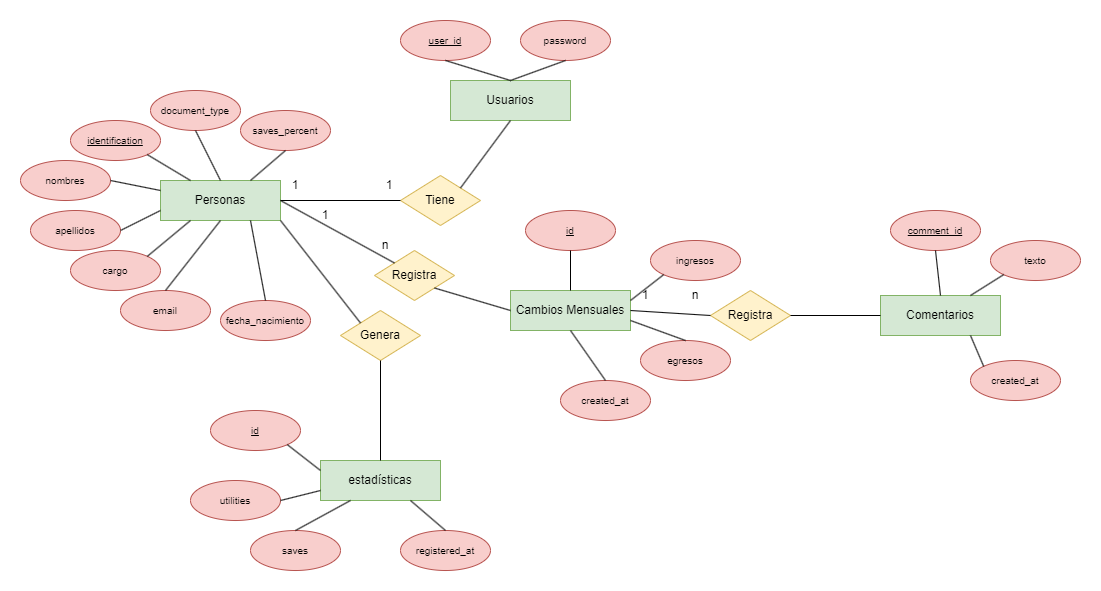
Earlier version of the draw.io export database/mer.png (AgenteAgherse/proyecto-final-springjs). Source tidied: cells renumbered, new cells last; positions are measured from the earlier drawing's top-left corner, leaving out a move shared by most shapes. The source it was exported from:
```xml
<mxGraphModel>
  <root>
    <mxCell id="0" />
    <mxCell id="1" parent="0" />
    <mxCell id="2" value="Personas" style="rounded=0;whiteSpace=wrap;html=1;fillColor=#d5e8d4;strokeColor=#82b366;" parent="1" vertex="1">
      <mxGeometry x="140" y="160" width="120" height="40" as="geometry" />
    </mxCell>
    <mxCell id="3" value="&lt;font size=&quot;1&quot;&gt;document_type&lt;/font&gt;" style="ellipse;whiteSpace=wrap;html=1;fillColor=#f8cecc;strokeColor=#b85450;" parent="1" vertex="1">
      <mxGeometry x="130" y="70" width="90" height="40" as="geometry" />
    </mxCell>
    <mxCell id="4" value="&lt;font size=&quot;1&quot;&gt;&lt;u&gt;identification&lt;/u&gt;&lt;/font&gt;" style="ellipse;whiteSpace=wrap;html=1;fillColor=#f8cecc;strokeColor=#b85450;" parent="1" vertex="1">
      <mxGeometry x="50" y="100" width="90" height="40" as="geometry" />
    </mxCell>
    <mxCell id="5" value="&lt;font size=&quot;1&quot;&gt;nombres&lt;/font&gt;" style="ellipse;whiteSpace=wrap;html=1;fillColor=#f8cecc;strokeColor=#b85450;" parent="1" vertex="1">
      <mxGeometry y="140" width="90" height="40" as="geometry" />
    </mxCell>
    <mxCell id="6" value="&lt;font size=&quot;1&quot;&gt;apellidos&lt;/font&gt;" style="ellipse;whiteSpace=wrap;html=1;fillColor=#f8cecc;strokeColor=#b85450;" parent="1" vertex="1">
      <mxGeometry x="10" y="190" width="90" height="40" as="geometry" />
    </mxCell>
    <mxCell id="7" value="&lt;font size=&quot;1&quot;&gt;cargo&lt;/font&gt;" style="ellipse;whiteSpace=wrap;html=1;fillColor=#f8cecc;strokeColor=#b85450;" parent="1" vertex="1">
      <mxGeometry x="50" y="230" width="90" height="40" as="geometry" />
    </mxCell>
    <mxCell id="8" value="&lt;font size=&quot;1&quot;&gt;email&lt;/font&gt;" style="ellipse;whiteSpace=wrap;html=1;fillColor=#f8cecc;strokeColor=#b85450;" parent="1" vertex="1">
      <mxGeometry x="100" y="270" width="90" height="40" as="geometry" />
    </mxCell>
    <mxCell id="9" value="&lt;font size=&quot;1&quot;&gt;fecha_nacimiento&lt;/font&gt;" style="ellipse;whiteSpace=wrap;html=1;fillColor=#f8cecc;strokeColor=#b85450;" parent="1" vertex="1">
      <mxGeometry x="200" y="280" width="90" height="40" as="geometry" />
    </mxCell>
    <mxCell id="10" value="&lt;font size=&quot;1&quot;&gt;saves_percent&lt;/font&gt;" style="ellipse;whiteSpace=wrap;html=1;fillColor=#f8cecc;strokeColor=#b85450;" parent="1" vertex="1">
      <mxGeometry x="220" y="90" width="90" height="40" as="geometry" />
    </mxCell>
    <mxCell id="11" style="endArrow=none;html=1;rounded=0;entryX=0.75;entryY=1;entryDx=0;entryDy=0;exitX=0.5;exitY=0;exitDx=0;exitDy=0;" parent="1" edge="1" source="9" target="2">
      <mxGeometry relative="1" as="geometry" />
    </mxCell>
    <mxCell id="12" style="endArrow=none;html=1;rounded=0;entryX=1;entryY=0.5;entryDx=0;entryDy=0;exitX=0;exitY=0.75;exitDx=0;exitDy=0;" parent="1" edge="1" source="2" target="6">
      <mxGeometry relative="1" as="geometry" />
    </mxCell>
    <mxCell id="13" style="endArrow=none;html=1;rounded=0;entryX=1;entryY=0.5;entryDx=0;entryDy=0;exitX=0;exitY=0.25;exitDx=0;exitDy=0;" parent="1" edge="1" source="2" target="5">
      <mxGeometry relative="1" as="geometry" />
    </mxCell>
    <mxCell id="14" style="endArrow=none;html=1;rounded=0;entryX=1;entryY=1;entryDx=0;entryDy=0;exitX=0.25;exitY=0;exitDx=0;exitDy=0;" parent="1" edge="1" source="2" target="4">
      <mxGeometry relative="1" as="geometry" />
    </mxCell>
    <mxCell id="15" style="endArrow=none;html=1;rounded=0;entryX=0.5;entryY=1;entryDx=0;entryDy=0;exitX=0.5;exitY=0;exitDx=0;exitDy=0;" parent="1" edge="1" source="2" target="3">
      <mxGeometry relative="1" as="geometry" />
    </mxCell>
    <mxCell id="16" style="endArrow=none;html=1;rounded=0;entryX=0.5;entryY=1;entryDx=0;entryDy=0;exitX=0.75;exitY=0;exitDx=0;exitDy=0;" parent="1" edge="1" source="2" target="10">
      <mxGeometry relative="1" as="geometry" />
    </mxCell>
    <mxCell id="17" style="endArrow=none;html=1;rounded=0;exitX=0.5;exitY=0;exitDx=0;exitDy=0;entryX=0.5;entryY=1;entryDx=0;entryDy=0;" parent="1" edge="1" source="8" target="2">
      <mxGeometry relative="1" as="geometry" />
    </mxCell>
    <mxCell id="18" style="endArrow=none;html=1;rounded=0;entryX=0.25;entryY=1;entryDx=0;entryDy=0;exitX=1;exitY=0;exitDx=0;exitDy=0;" parent="1" edge="1" source="7" target="2">
      <mxGeometry relative="1" as="geometry" />
    </mxCell>
    <mxCell id="19" value="Usuarios" style="rounded=0;whiteSpace=wrap;html=1;fillColor=#d5e8d4;strokeColor=#82b366;" parent="1" vertex="1">
      <mxGeometry x="430" y="60" width="120" height="40" as="geometry" />
    </mxCell>
    <mxCell id="20" value="Tiene" style="rhombus;whiteSpace=wrap;html=1;fillColor=#fff2cc;strokeColor=#d6b656;" parent="1" vertex="1">
      <mxGeometry x="380" y="155" width="80" height="50" as="geometry" />
    </mxCell>
    <mxCell id="21" value="&lt;font size=&quot;1&quot;&gt;password&lt;/font&gt;" style="ellipse;whiteSpace=wrap;html=1;fillColor=#f8cecc;strokeColor=#b85450;" parent="1" vertex="1">
      <mxGeometry x="500" width="90" height="40" as="geometry" />
    </mxCell>
    <mxCell id="22" value="&lt;font size=&quot;1&quot;&gt;&lt;u&gt;user_id&lt;/u&gt;&lt;/font&gt;" style="ellipse;whiteSpace=wrap;html=1;fillColor=#f8cecc;strokeColor=#b85450;" parent="1" vertex="1">
      <mxGeometry x="380" width="90" height="40" as="geometry" />
    </mxCell>
    <mxCell id="23" style="endArrow=none;html=1;rounded=0;entryX=0.5;entryY=1;entryDx=0;entryDy=0;exitX=0.5;exitY=0;exitDx=0;exitDy=0;" parent="1" edge="1" source="19" target="21">
      <mxGeometry relative="1" as="geometry" />
    </mxCell>
    <mxCell id="24" style="endArrow=none;html=1;rounded=0;entryX=0.5;entryY=1;entryDx=0;entryDy=0;exitX=0.5;exitY=0;exitDx=0;exitDy=0;" parent="1" edge="1" source="19" target="22">
      <mxGeometry relative="1" as="geometry" />
    </mxCell>
    <mxCell id="25" style="endArrow=none;html=1;rounded=0;exitX=1;exitY=0.5;exitDx=0;exitDy=0;entryX=0;entryY=0.5;entryDx=0;entryDy=0;" parent="1" edge="1" source="2" target="20">
      <mxGeometry relative="1" as="geometry" />
    </mxCell>
    <mxCell id="26" style="endArrow=none;html=1;rounded=0;entryX=0.5;entryY=1;entryDx=0;entryDy=0;exitX=1;exitY=0;exitDx=0;exitDy=0;" parent="1" edge="1" source="20" target="19">
      <mxGeometry relative="1" as="geometry" />
    </mxCell>
    <mxCell id="27" value="1" style="text;html=1;strokeColor=none;fillColor=none;align=center;verticalAlign=middle;whiteSpace=wrap;rounded=0;" parent="1" vertex="1">
      <mxGeometry x="260" y="150" width="30" height="30" as="geometry" />
    </mxCell>
    <mxCell id="28" value="1" style="text;html=1;strokeColor=none;fillColor=none;align=center;verticalAlign=middle;whiteSpace=wrap;rounded=0;" parent="1" vertex="1">
      <mxGeometry x="354" y="150" width="30" height="30" as="geometry" />
    </mxCell>
    <mxCell id="29" value="Cambios Mensuales" style="rounded=0;whiteSpace=wrap;html=1;fillColor=#d5e8d4;strokeColor=#82b366;" parent="1" vertex="1">
      <mxGeometry x="490" y="270" width="120" height="40" as="geometry" />
    </mxCell>
    <mxCell id="30" value="Registra" style="rhombus;whiteSpace=wrap;html=1;fillColor=#fff2cc;strokeColor=#d6b656;" parent="1" vertex="1">
      <mxGeometry x="354" y="230" width="80" height="50" as="geometry" />
    </mxCell>
    <mxCell id="31" style="endArrow=none;html=1;rounded=0;entryX=1;entryY=0.5;entryDx=0;entryDy=0;exitX=0;exitY=0;exitDx=0;exitDy=0;" parent="1" edge="1" source="30" target="2">
      <mxGeometry relative="1" as="geometry" />
    </mxCell>
    <mxCell id="32" style="endArrow=none;html=1;rounded=0;entryX=0;entryY=0.5;entryDx=0;entryDy=0;exitX=1;exitY=1;exitDx=0;exitDy=0;" parent="1" edge="1" source="30" target="29">
      <mxGeometry relative="1" as="geometry" />
    </mxCell>
    <mxCell id="33" value="1" style="text;html=1;strokeColor=none;fillColor=none;align=center;verticalAlign=middle;whiteSpace=wrap;rounded=0;" parent="1" vertex="1">
      <mxGeometry x="290" y="180" width="30" height="30" as="geometry" />
    </mxCell>
    <mxCell id="34" value="n" style="text;html=1;strokeColor=none;fillColor=none;align=center;verticalAlign=middle;whiteSpace=wrap;rounded=0;" parent="1" vertex="1">
      <mxGeometry x="350" y="210" width="30" height="30" as="geometry" />
    </mxCell>
    <mxCell id="35" value="&lt;font size=&quot;1&quot;&gt;&lt;u&gt;id&lt;/u&gt;&lt;/font&gt;" style="ellipse;whiteSpace=wrap;html=1;fillColor=#f8cecc;strokeColor=#b85450;" parent="1" vertex="1">
      <mxGeometry x="505" y="190" width="90" height="40" as="geometry" />
    </mxCell>
    <mxCell id="36" value="&lt;font size=&quot;1&quot;&gt;ingresos&lt;/font&gt;" style="ellipse;whiteSpace=wrap;html=1;fillColor=#f8cecc;strokeColor=#b85450;" parent="1" vertex="1">
      <mxGeometry x="630" y="220" width="90" height="40" as="geometry" />
    </mxCell>
    <mxCell id="37" value="&lt;font size=&quot;1&quot;&gt;egresos&lt;/font&gt;" style="ellipse;whiteSpace=wrap;html=1;fillColor=#f8cecc;strokeColor=#b85450;" parent="1" vertex="1">
      <mxGeometry x="620" y="320" width="90" height="40" as="geometry" />
    </mxCell>
    <mxCell id="38" value="&lt;font size=&quot;1&quot;&gt;created_at&lt;/font&gt;" style="ellipse;whiteSpace=wrap;html=1;fillColor=#f8cecc;strokeColor=#b85450;" parent="1" vertex="1">
      <mxGeometry x="540" y="360" width="90" height="40" as="geometry" />
    </mxCell>
    <mxCell id="39" style="endArrow=none;html=1;rounded=0;entryX=0.5;entryY=1;entryDx=0;entryDy=0;exitX=0.5;exitY=0;exitDx=0;exitDy=0;" parent="1" edge="1" source="29" target="35">
      <mxGeometry relative="1" as="geometry" />
    </mxCell>
    <mxCell id="40" style="endArrow=none;html=1;rounded=0;entryX=0;entryY=1;entryDx=0;entryDy=0;exitX=1;exitY=0.25;exitDx=0;exitDy=0;" parent="1" edge="1" source="29" target="36">
      <mxGeometry relative="1" as="geometry" />
    </mxCell>
    <mxCell id="41" style="endArrow=none;html=1;rounded=0;entryX=0.5;entryY=0;entryDx=0;entryDy=0;exitX=1;exitY=0.75;exitDx=0;exitDy=0;" parent="1" edge="1" source="29" target="37">
      <mxGeometry relative="1" as="geometry" />
    </mxCell>
    <mxCell id="42" style="endArrow=none;html=1;rounded=0;entryX=0.5;entryY=1;entryDx=0;entryDy=0;exitX=0.5;exitY=0;exitDx=0;exitDy=0;" parent="1" edge="1" source="38" target="29">
      <mxGeometry relative="1" as="geometry" />
    </mxCell>
    <mxCell id="43" value="Comentarios" style="rounded=0;whiteSpace=wrap;html=1;fillColor=#d5e8d4;strokeColor=#82b366;" parent="1" vertex="1">
      <mxGeometry x="860" y="275" width="120" height="40" as="geometry" />
    </mxCell>
    <mxCell id="44" value="Registra" style="rhombus;whiteSpace=wrap;html=1;fillColor=#fff2cc;strokeColor=#d6b656;" parent="1" vertex="1">
      <mxGeometry x="690" y="270" width="80" height="50" as="geometry" />
    </mxCell>
    <mxCell id="45" value="&lt;font size=&quot;1&quot;&gt;&lt;u&gt;comment_id&lt;/u&gt;&lt;/font&gt;" style="ellipse;whiteSpace=wrap;html=1;fillColor=#f8cecc;strokeColor=#b85450;" parent="1" vertex="1">
      <mxGeometry x="870" y="190" width="90" height="40" as="geometry" />
    </mxCell>
    <mxCell id="46" value="&lt;font size=&quot;1&quot;&gt;texto&lt;/font&gt;" style="ellipse;whiteSpace=wrap;html=1;fillColor=#f8cecc;strokeColor=#b85450;" parent="1" vertex="1">
      <mxGeometry x="970" y="220" width="90" height="40" as="geometry" />
    </mxCell>
    <mxCell id="47" value="&lt;font size=&quot;1&quot;&gt;created_at&lt;/font&gt;" style="ellipse;whiteSpace=wrap;html=1;fillColor=#f8cecc;strokeColor=#b85450;" parent="1" vertex="1">
      <mxGeometry x="950" y="340" width="90" height="40" as="geometry" />
    </mxCell>
    <mxCell id="48" style="endArrow=none;html=1;rounded=0;entryX=0.5;entryY=1;entryDx=0;entryDy=0;exitX=0.5;exitY=0;exitDx=0;exitDy=0;" parent="1" edge="1" source="43" target="45">
      <mxGeometry relative="1" as="geometry" />
    </mxCell>
    <mxCell id="49" style="endArrow=none;html=1;rounded=0;exitX=1;exitY=0.5;exitDx=0;exitDy=0;entryX=0;entryY=0.5;entryDx=0;entryDy=0;" parent="1" edge="1" source="29" target="44">
      <mxGeometry relative="1" as="geometry" />
    </mxCell>
    <mxCell id="50" style="endArrow=none;html=1;rounded=0;entryX=0;entryY=0;entryDx=0;entryDy=0;exitX=0.75;exitY=1;exitDx=0;exitDy=0;" parent="1" edge="1" source="43" target="47">
      <mxGeometry relative="1" as="geometry" />
    </mxCell>
    <mxCell id="51" style="endArrow=none;html=1;rounded=0;entryX=0;entryY=1;entryDx=0;entryDy=0;exitX=0.75;exitY=0;exitDx=0;exitDy=0;" parent="1" edge="1" source="43" target="46">
      <mxGeometry relative="1" as="geometry" />
    </mxCell>
    <mxCell id="52" style="endArrow=none;html=1;rounded=0;entryX=0;entryY=0.5;entryDx=0;entryDy=0;exitX=1;exitY=0.5;exitDx=0;exitDy=0;" parent="1" edge="1" source="44" target="43">
      <mxGeometry relative="1" as="geometry" />
    </mxCell>
    <mxCell id="53" value="1" style="text;html=1;strokeColor=none;fillColor=none;align=center;verticalAlign=middle;whiteSpace=wrap;rounded=0;" parent="1" vertex="1">
      <mxGeometry x="610" y="260" width="30" height="30" as="geometry" />
    </mxCell>
    <mxCell id="54" value="n" style="text;html=1;strokeColor=none;fillColor=none;align=center;verticalAlign=middle;whiteSpace=wrap;rounded=0;" parent="1" vertex="1">
      <mxGeometry x="660" y="260" width="30" height="30" as="geometry" />
    </mxCell>
    <mxCell id="55" value="estadísticas" style="rounded=0;whiteSpace=wrap;html=1;fillColor=#d5e8d4;strokeColor=#82b366;" parent="1" vertex="1">
      <mxGeometry x="300" y="440" width="120" height="40" as="geometry" />
    </mxCell>
    <mxCell id="56" value="Genera" style="rhombus;whiteSpace=wrap;html=1;fillColor=#fff2cc;strokeColor=#d6b656;" parent="1" vertex="1">
      <mxGeometry x="320" y="290" width="80" height="50" as="geometry" />
    </mxCell>
    <mxCell id="57" style="endArrow=none;html=1;rounded=0;entryX=0.5;entryY=1;entryDx=0;entryDy=0;exitX=0.5;exitY=0;exitDx=0;exitDy=0;" parent="1" edge="1" source="55" target="56">
      <mxGeometry relative="1" as="geometry" />
    </mxCell>
    <mxCell id="58" style="endArrow=none;html=1;rounded=0;entryX=1;entryY=1;entryDx=0;entryDy=0;exitX=0;exitY=0;exitDx=0;exitDy=0;" parent="1" edge="1" source="56" target="2">
      <mxGeometry relative="1" as="geometry" />
    </mxCell>
    <mxCell id="59" value="&lt;font size=&quot;1&quot;&gt;&lt;u&gt;id&lt;/u&gt;&lt;/font&gt;" style="ellipse;whiteSpace=wrap;html=1;fillColor=#f8cecc;strokeColor=#b85450;" parent="1" vertex="1">
      <mxGeometry x="190" y="390" width="90" height="40" as="geometry" />
    </mxCell>
    <mxCell id="60" value="&lt;font size=&quot;1&quot;&gt;utilities&lt;/font&gt;" style="ellipse;whiteSpace=wrap;html=1;fillColor=#f8cecc;strokeColor=#b85450;" parent="1" vertex="1">
      <mxGeometry x="170" y="460" width="90" height="40" as="geometry" />
    </mxCell>
    <mxCell id="61" value="&lt;font size=&quot;1&quot;&gt;saves&lt;/font&gt;" style="ellipse;whiteSpace=wrap;html=1;fillColor=#f8cecc;strokeColor=#b85450;" parent="1" vertex="1">
      <mxGeometry x="230" y="510" width="90" height="40" as="geometry" />
    </mxCell>
    <mxCell id="62" value="&lt;font size=&quot;1&quot;&gt;registered_at&lt;/font&gt;" style="ellipse;whiteSpace=wrap;html=1;fillColor=#f8cecc;strokeColor=#b85450;" parent="1" vertex="1">
      <mxGeometry x="380" y="510" width="90" height="40" as="geometry" />
    </mxCell>
    <mxCell id="63" style="endArrow=none;html=1;rounded=0;exitX=1;exitY=1;exitDx=0;exitDy=0;entryX=0;entryY=0.25;entryDx=0;entryDy=0;" parent="1" edge="1" source="59" target="55">
      <mxGeometry relative="1" as="geometry" />
    </mxCell>
    <mxCell id="64" style="endArrow=none;html=1;rounded=0;exitX=1;exitY=0.5;exitDx=0;exitDy=0;entryX=0;entryY=0.75;entryDx=0;entryDy=0;" parent="1" edge="1" source="60" target="55">
      <mxGeometry relative="1" as="geometry" />
    </mxCell>
    <mxCell id="65" style="endArrow=none;html=1;rounded=0;entryX=0.25;entryY=1;entryDx=0;entryDy=0;exitX=0.5;exitY=0;exitDx=0;exitDy=0;" parent="1" edge="1" source="61" target="55">
      <mxGeometry relative="1" as="geometry" />
    </mxCell>
    <mxCell id="66" style="endArrow=none;html=1;rounded=0;entryX=0.75;entryY=1;entryDx=0;entryDy=0;exitX=0.5;exitY=0;exitDx=0;exitDy=0;" parent="1" edge="1" source="62" target="55">
      <mxGeometry relative="1" as="geometry" />
    </mxCell>
  </root>
</mxGraphModel>
```
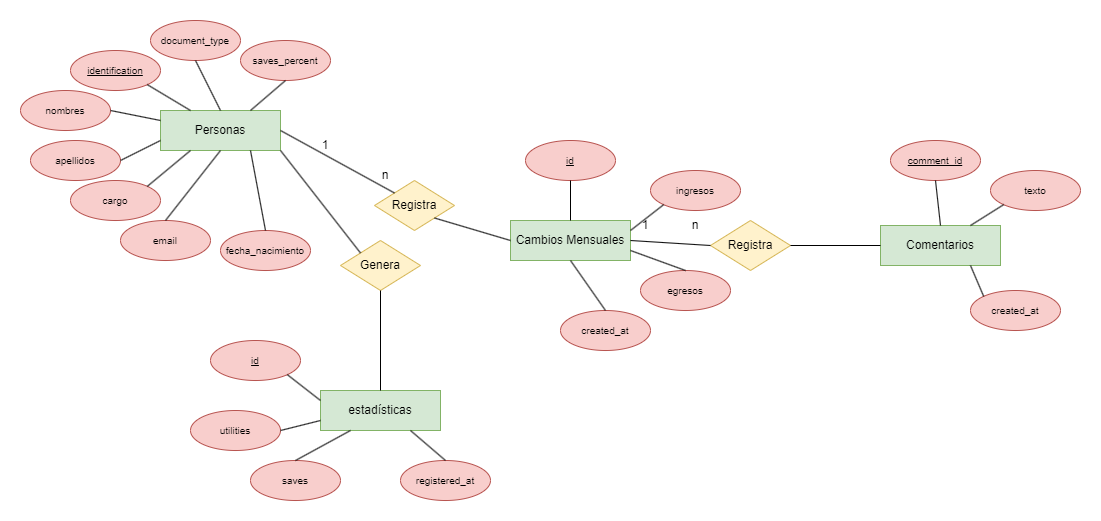
Above is the later version.

What changed in the source:
```diff
@@ -53,36 +53,6 @@
     <mxCell id="18" style="endArrow=none;html=1;rounded=0;entryX=0.25;entryY=1;entryDx=0;entryDy=0;exitX=1;exitY=0;exitDx=0;exitDy=0;" parent="1" edge="1" source="7" target="2">
       <mxGeometry relative="1" as="geometry" />
     </mxCell>
-    <mxCell id="19" value="Usuarios" style="rounded=0;whiteSpace=wrap;html=1;fillColor=#d5e8d4;strokeColor=#82b366;" parent="1" vertex="1">
-      <mxGeometry x="430" y="60" width="120" height="40" as="geometry" />
-    </mxCell>
-    <mxCell id="20" value="Tiene" style="rhombus;whiteSpace=wrap;html=1;fillColor=#fff2cc;strokeColor=#d6b656;" parent="1" vertex="1">
-      <mxGeometry x="380" y="155" width="80" height="50" as="geometry" />
-    </mxCell>
-    <mxCell id="21" value="&lt;font size=&quot;1&quot;&gt;password&lt;/font&gt;" style="ellipse;whiteSpace=wrap;html=1;fillColor=#f8cecc;strokeColor=#b85450;" parent="1" vertex="1">
-      <mxGeometry x="500" width="90" height="40" as="geometry" />
-    </mxCell>
-    <mxCell id="22" value="&lt;font size=&quot;1&quot;&gt;&lt;u&gt;user_id&lt;/u&gt;&lt;/font&gt;" style="ellipse;whiteSpace=wrap;html=1;fillColor=#f8cecc;strokeColor=#b85450;" parent="1" vertex="1">
-      <mxGeometry x="380" width="90" height="40" as="geometry" />
-    </mxCell>
-    <mxCell id="23" style="endArrow=none;html=1;rounded=0;entryX=0.5;entryY=1;entryDx=0;entryDy=0;exitX=0.5;exitY=0;exitDx=0;exitDy=0;" parent="1" edge="1" source="19" target="21">
-      <mxGeometry relative="1" as="geometry" />
-    </mxCell>
-    <mxCell id="24" style="endArrow=none;html=1;rounded=0;entryX=0.5;entryY=1;entryDx=0;entryDy=0;exitX=0.5;exitY=0;exitDx=0;exitDy=0;" parent="1" edge="1" source="19" target="22">
-      <mxGeometry relative="1" as="geometry" />
-    </mxCell>
-    <mxCell id="25" style="endArrow=none;html=1;rounded=0;exitX=1;exitY=0.5;exitDx=0;exitDy=0;entryX=0;entryY=0.5;entryDx=0;entryDy=0;" parent="1" edge="1" source="2" target="20">
-      <mxGeometry relative="1" as="geometry" />
-    </mxCell>
-    <mxCell id="26" style="endArrow=none;html=1;rounded=0;entryX=0.5;entryY=1;entryDx=0;entryDy=0;exitX=1;exitY=0;exitDx=0;exitDy=0;" parent="1" edge="1" source="20" target="19">
-      <mxGeometry relative="1" as="geometry" />
-    </mxCell>
-    <mxCell id="27" value="1" style="text;html=1;strokeColor=none;fillColor=none;align=center;verticalAlign=middle;whiteSpace=wrap;rounded=0;" parent="1" vertex="1">
-      <mxGeometry x="260" y="150" width="30" height="30" as="geometry" />
-    </mxCell>
-    <mxCell id="28" value="1" style="text;html=1;strokeColor=none;fillColor=none;align=center;verticalAlign=middle;whiteSpace=wrap;rounded=0;" parent="1" vertex="1">
-      <mxGeometry x="354" y="150" width="30" height="30" as="geometry" />
-    </mxCell>
     <mxCell id="29" value="Cambios Mensuales" style="rounded=0;whiteSpace=wrap;html=1;fillColor=#d5e8d4;strokeColor=#82b366;" parent="1" vertex="1">
       <mxGeometry x="490" y="270" width="120" height="40" as="geometry" />
     </mxCell>
```
